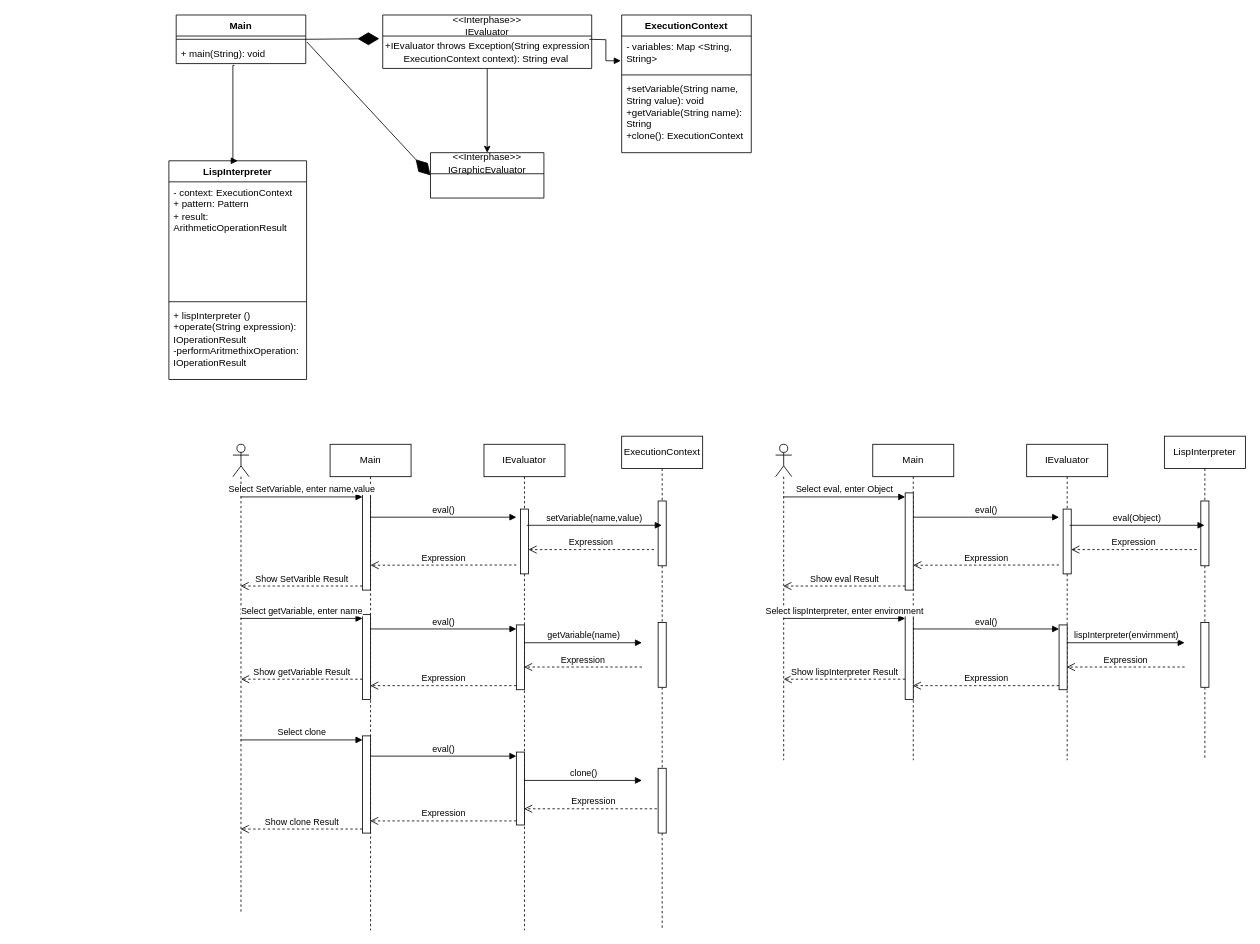
Before: Diagrama sin título.drawio in NESHGP04/Proyecto-1-S3-Algoritmos, a draw.io diagram. Source tidied: cells renumbered, new cells numbered last; positions are measured from the earlier drawing's top-left corner, leaving out a move shared by most shapes. Both pictures are drawn from the tidied source at 81%, with x=0, y=0 at pixel (168, 15).
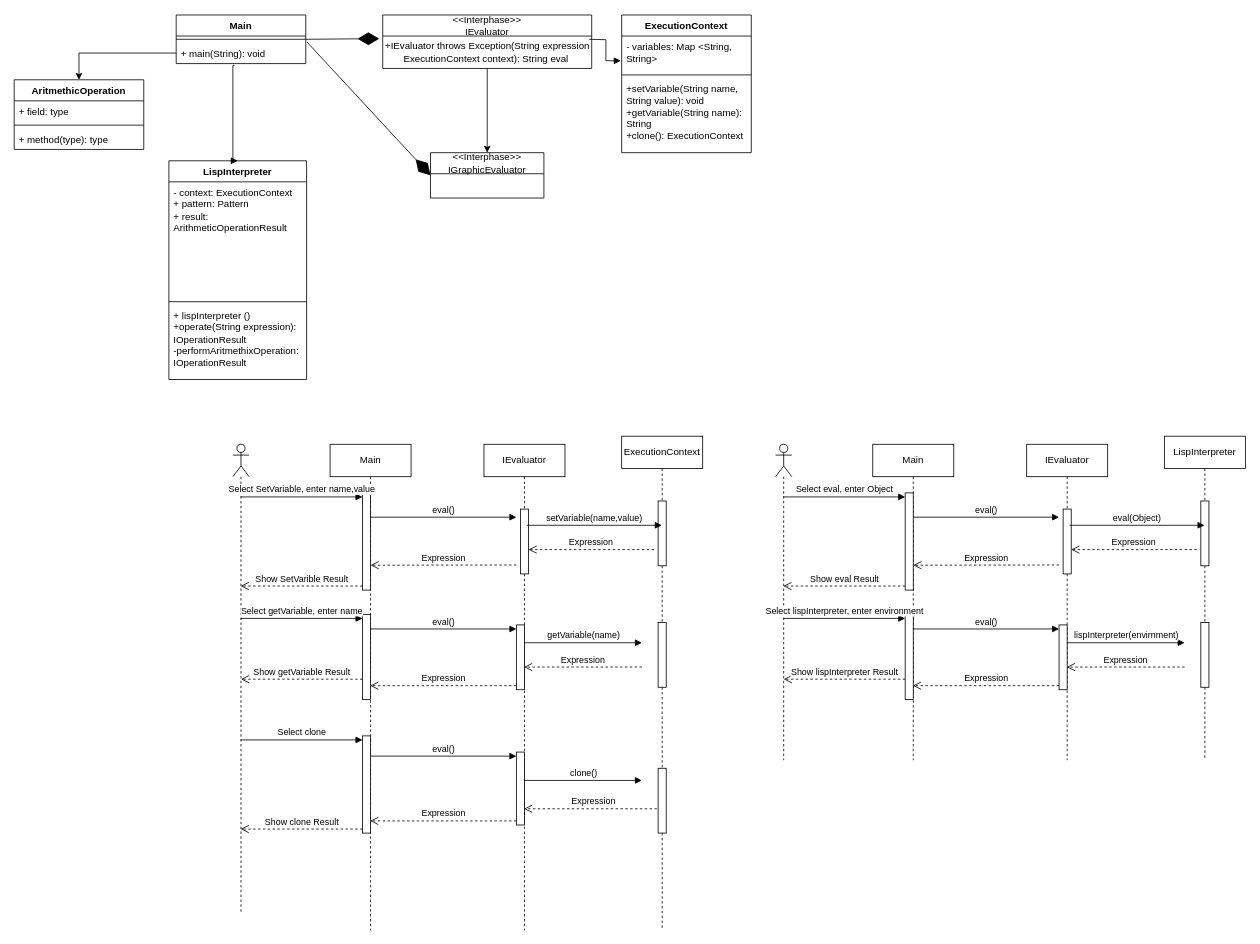
The same diagram, later.

The change refers to these unchanged cells:
```xml
<mxCell id="4" value="+ main(String): void" style="text;strokeColor=none;fillColor=none;align=left;verticalAlign=top;spacingLeft=4;spacingRight=4;overflow=hidden;points=[[0,0.5],[1,0.5]];portConstraint=eastwest;whiteSpace=wrap;html=1;" parent="2" vertex="1">
  <mxGeometry y="34" width="160" height="26" as="geometry" />
</mxCell>
```

Diff of the diagram source:
```diff
@@
+    <mxCell id="74" value="AritmethicOperation" style="swimlane;fontStyle=1;align=center;verticalAlign=top;horizontal=1;startSize=26;whiteSpace=wrap;html=1;" parent="1" vertex="1">
+      <mxGeometry x="-191" y="80" width="160" height="86" as="geometry" />
+    </mxCell>
+    <mxCell id="75" value="+ field: type" style="text;strokeColor=none;fillColor=none;align=left;verticalAlign=top;spacingLeft=4;spacingRight=4;overflow=hidden;whiteSpace=wrap;html=1;" parent="74" vertex="1">
+      <mxGeometry y="26" width="160" height="26" as="geometry" />
+    </mxCell>
+    <mxCell id="76" style="line;strokeWidth=1;fillColor=none;align=left;verticalAlign=middle;spacingTop=-1;spacingLeft=3;spacingRight=3;labelPosition=right;strokeColor=inherit;" parent="74" vertex="1">
+      <mxGeometry y="52" width="160" height="8" as="geometry" />
+    </mxCell>
+    <mxCell id="77" value="+ method(type): type" style="text;strokeColor=none;fillColor=none;align=left;verticalAlign=top;spacingLeft=4;spacingRight=4;overflow=hidden;whiteSpace=wrap;html=1;" parent="74" vertex="1">
+      <mxGeometry y="60" width="160" height="26" as="geometry" />
+    </mxCell>
+    <mxCell id="78" style="edgeStyle=orthogonalEdgeStyle;rounded=0;jettySize=auto;html=1;entryX=0.5;entryY=0;entryDx=0;entryDy=0;" parent="1" edge="1" source="4" target="74">
+      <mxGeometry relative="1" as="geometry" />
+    </mxCell>
```
